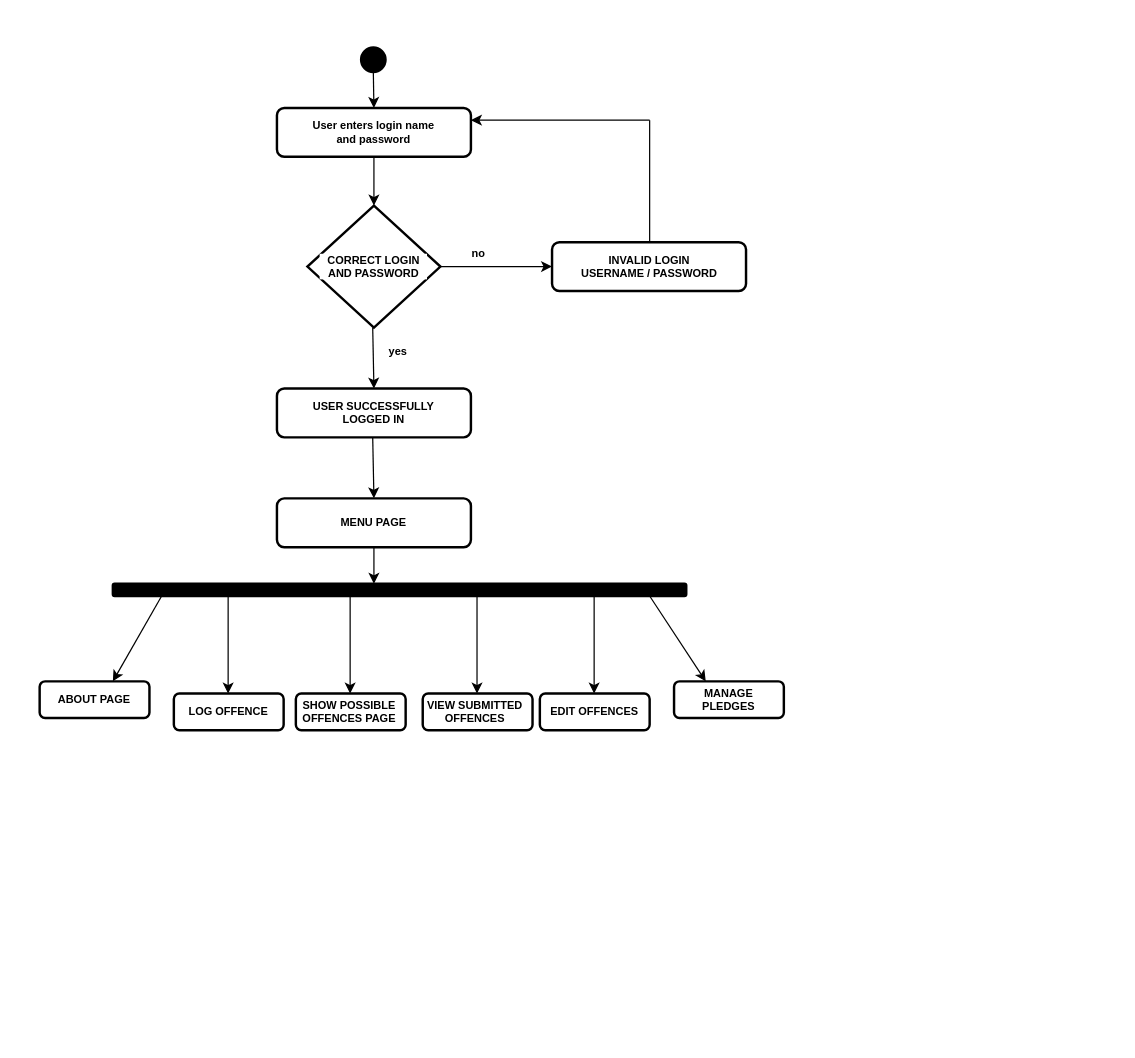
This is page "ActivityDiagram" (3 of 6) of ArchitectureDiagram.drawio from OOPS-2022/student_support_system, a draw.io file, before an edit. Source tidied: cells renumbered, new cells numbered last; positions are measured from the earlier drawing's top-left corner, leaving out a move shared by most shapes. Both pictures are drawn from the tidied source at 122%, with x=0, y=0 at pixel (21, 48).
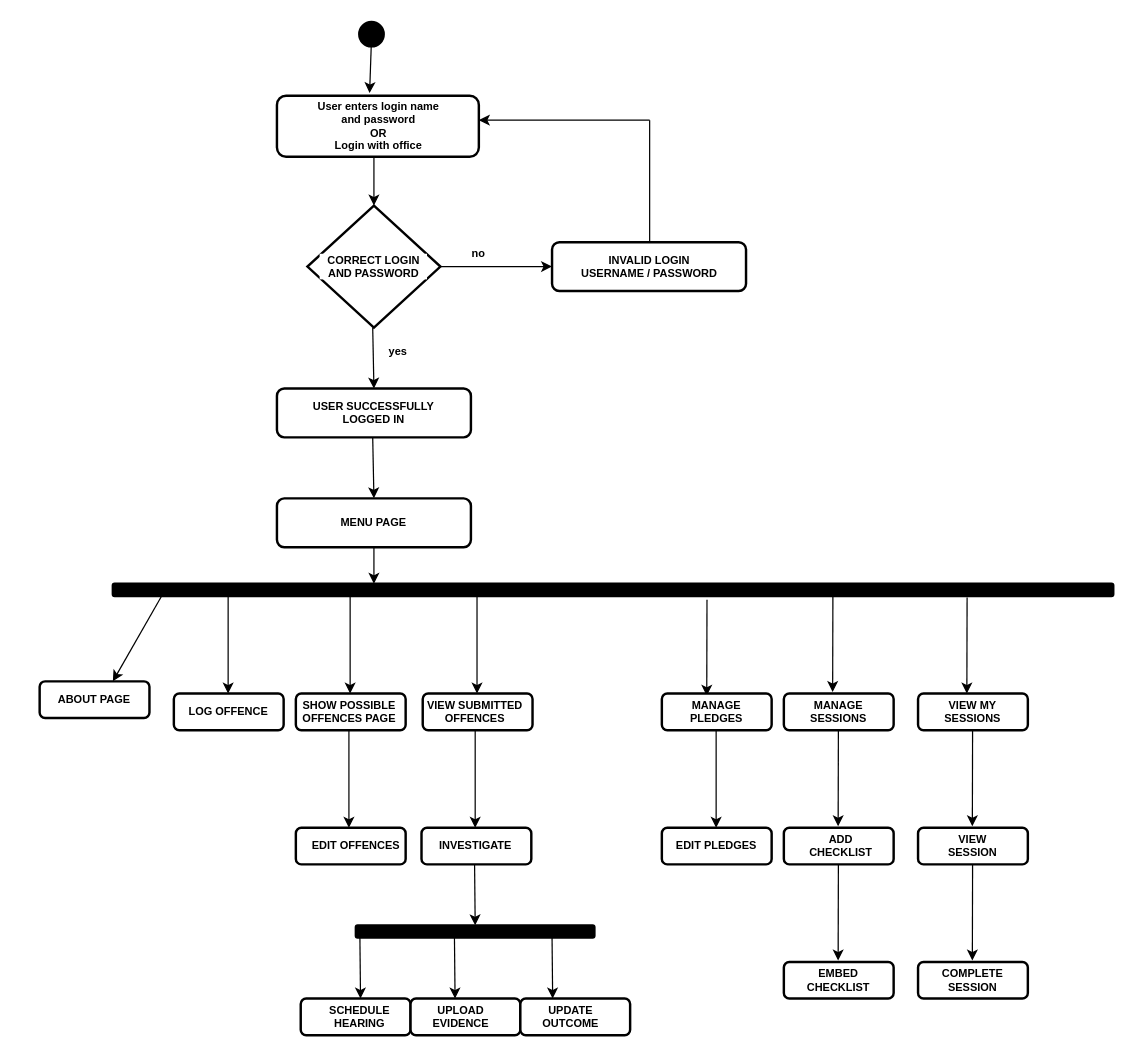
After the change.

Unchanged cells that the change refers to:
```xml
<mxCell id="40" value="VIEW SUBMITTED&lt;br style=&quot;font-size: 9px;&quot;&gt;OFFENCES" style="text;html=1;align=center;verticalAlign=middle;whiteSpace=wrap;rounded=0;fontStyle=1;fontFamily=Helvetica;fontSize=9;" parent="1" vertex="1">
  <mxGeometry x="329" y="529" width="86" height="30" as="geometry" />
</mxCell>
```

Change to the diagram source:
```diff
@@
-    <mxCell id="2" style="endArrow=classic;html=1;rounded=0;fontFamily=Tahoma;fontSize=10;fontColor=#FF0000;strokeWidth=1;startArrow=none;" parent="1" edge="1" source="21">
-      <mxGeometry relative="1" as="geometry">
-        <mxPoint x="289" y="49" as="targetPoint" />
-      </mxGeometry>
+    <mxCell id="2" style="endArrow=classic;html=1;rounded=0;fontFamily=Tahoma;fontSize=10;fontColor=#FF0000;strokeWidth=1;startArrow=none;entryX=0.459;entryY=-0.044;entryDx=0;entryDy=0;entryPerimeter=0;" parent="1" edge="1" source="21" target="3">
+      <mxGeometry relative="1" as="geometry" />
     </mxCell>
     <mxCell id="3" style="rounded=1;whiteSpace=wrap;html=1;labelBackgroundColor=#FFFFFF;fontFamily=Tahoma;fontSize=10;strokeWidth=2;" parent="1" vertex="1">
-      <mxGeometry x="209.5" y="49" width="159" height="40" as="geometry" />
+      <mxGeometry x="209.5" y="39" width="165.5" height="50" as="geometry" />
     </mxCell>
-    <mxCell id="4" value="User enters login name and password" style="text;html=1;strokeColor=none;fillColor=none;align=center;verticalAlign=middle;whiteSpace=wrap;rounded=0;labelBackgroundColor=#FFFFFF;fontFamily=Helvetica;fontSize=9;fontColor=#000000;fontStyle=1;" parent="1" vertex="1">
-      <mxGeometry x="229" y="54" width="120" height="30" as="geometry" />
+    <mxCell id="4" value="User enters login name and password&lt;br&gt;OR&lt;br&gt;Login with office" style="text;html=1;strokeColor=none;fillColor=none;align=center;verticalAlign=middle;whiteSpace=wrap;rounded=0;labelBackgroundColor=#FFFFFF;fontFamily=Helvetica;fontSize=9;fontColor=#000000;fontStyle=1;" parent="1" vertex="1">
+      <mxGeometry x="234.5" y="51.5" width="116" height="25" as="geometry" />
     </mxCell>
@@
     <mxCell id="20" style="endArrow=classic;html=1;rounded=0;fontFamily=Helvetica;fontSize=9;fontColor=#000000;strokeWidth=1;" parent="1" edge="1">
       <mxGeometry relative="1" as="geometry">
         <mxPoint x="515" y="59" as="sourcePoint" />
-        <mxPoint x="368.5" y="59" as="targetPoint" />
+        <mxPoint x="375" y="59" as="targetPoint" />
       </mxGeometry>
     </mxCell>
     <mxCell id="21" style="ellipse;whiteSpace=wrap;html=1;fontFamily=Tahoma;fontSize=12;strokeWidth=3;labelBackgroundColor=#000000;fillColor=#000000;strokeColor=#000000;" parent="1" vertex="1">
-      <mxGeometry x="279" width="19" height="19" as="geometry" />
+      <mxGeometry x="277.5" y="-21" width="19" height="19" as="geometry" />
     </mxCell>
-    <mxCell id="22" style="endArrow=none;html=1;rounded=0;fontFamily=Tahoma;fontSize=10;fontColor=#FF0000;strokeWidth=1;" parent="1" edge="1" target="21">
-      <mxGeometry relative="1" as="geometry">
-        <mxPoint x="289" y="9" as="sourcePoint" />
-      </mxGeometry>
-    </mxCell>
     <mxCell id="23" style="rounded=1;whiteSpace=wrap;html=1;labelBackgroundColor=#FFFFFF;fontFamily=Helvetica;fontSize=9;fontColor=#000000;strokeColor=#000000;strokeWidth=2;fillColor=#000000;" parent="1" vertex="1">
-      <mxGeometry x="75" y="439" width="470" height="10" as="geometry" />
+      <mxGeometry x="75" y="439" width="820" height="10" as="geometry" />
     </mxCell>
@@
-    <mxCell id="26" style="endArrow=classic;html=1;rounded=0;fontFamily=Helvetica;fontSize=9;fontColor=#000000;strokeWidth=1;" parent="1" edge="1">
+    <mxCell id="26" style="endArrow=classic;html=1;rounded=0;fontFamily=Helvetica;fontSize=9;fontColor=#000000;strokeWidth=1;entryX=0.409;entryY=0.06;entryDx=0;entryDy=0;entryPerimeter=0;" parent="1" edge="1" target="37">
       <mxGeometry relative="1" as="geometry">
-        <mxPoint x="515" y="449" as="sourcePoint" />
-        <mxPoint x="561" y="519" as="targetPoint" />
+        <mxPoint x="562" y="452" as="sourcePoint" />
       </mxGeometry>
     </mxCell>
@@
     <mxCell id="30" style="endArrow=classic;html=1;rounded=0;fontFamily=Helvetica;fontSize=9;fontColor=#000000;strokeWidth=1;" parent="1" edge="1">
       <mxGeometry relative="1" as="geometry">
-        <mxPoint x="469.5" y="449" as="sourcePoint" />
-        <mxPoint x="469.5" y="529" as="targetPoint" />
+        <mxPoint x="268.5" y="559" as="sourcePoint" />
+        <mxPoint x="268.5" y="639" as="targetPoint" />
       </mxGeometry>
     </mxCell>
@@
     <mxCell id="36" style="rounded=1;whiteSpace=wrap;html=1;labelBackgroundColor=#FFFFFF;fontFamily=Tahoma;fontSize=12;strokeWidth=2;" parent="1" vertex="1">
-      <mxGeometry x="425" y="529" width="90" height="30" as="geometry" />
+      <mxGeometry x="225" y="639" width="90" height="30" as="geometry" />
     </mxCell>
     <mxCell id="37" style="rounded=1;whiteSpace=wrap;html=1;labelBackgroundColor=#FFFFFF;fontFamily=Tahoma;fontSize=12;strokeWidth=2;" parent="1" vertex="1">
-      <mxGeometry x="535" y="519" width="90" height="30" as="geometry" />
+      <mxGeometry x="525" y="529" width="90" height="30" as="geometry" />
     </mxCell>
@@
     <mxCell id="41" value="EDIT OFFENCES" style="text;html=1;strokeColor=none;fillColor=none;align=center;verticalAlign=middle;whiteSpace=wrap;rounded=0;fontStyle=1;fontFamily=Helvetica;fontSize=9;" parent="1" vertex="1">
-      <mxGeometry x="425" y="529" width="90" height="30" as="geometry" />
+      <mxGeometry x="233.8" y="639" width="80.5" height="30" as="geometry" />
     </mxCell>
     <mxCell id="42" value="MANAGE&lt;br style=&quot;font-size: 9px;&quot;&gt;PLEDGES" style="text;html=1;strokeColor=none;fillColor=none;align=center;verticalAlign=middle;whiteSpace=wrap;rounded=0;fontStyle=1;fontFamily=Helvetica;fontSize=9;" parent="1" vertex="1">
-      <mxGeometry x="535" y="519" width="90" height="30" as="geometry" />
+      <mxGeometry x="540" y="529" width="60" height="30" as="geometry" />
     </mxCell>
+    <mxCell id="43" style="endArrow=classic;html=1;rounded=0;fontFamily=Helvetica;fontSize=9;fontColor=#000000;strokeWidth=1;entryX=0.409;entryY=0.06;entryDx=0;entryDy=0;entryPerimeter=0;" parent="1" edge="1">
+      <mxGeometry relative="1" as="geometry">
+        <mxPoint x="665.2" y="449" as="sourcePoint" />
+        <mxPoint x="665" y="527.8" as="targetPoint" />
+      </mxGeometry>
+    </mxCell>
+    <mxCell id="44" style="rounded=1;whiteSpace=wrap;html=1;labelBackgroundColor=#FFFFFF;fontFamily=Tahoma;fontSize=12;strokeWidth=2;" parent="1" vertex="1">
+      <mxGeometry x="625" y="529" width="90" height="30" as="geometry" />
+    </mxCell>
+    <mxCell id="45" value="MANAGE SESSIONS" style="text;html=1;strokeColor=none;fillColor=none;align=center;verticalAlign=middle;whiteSpace=wrap;rounded=0;fontStyle=1;fontFamily=Helvetica;fontSize=9;" parent="1" vertex="1">
+      <mxGeometry x="640" y="529" width="60" height="30" as="geometry" />
+    </mxCell>
+    <mxCell id="46" style="endArrow=classic;html=1;rounded=0;fontFamily=Helvetica;fontSize=9;fontColor=#000000;strokeWidth=1;entryX=0.409;entryY=0.06;entryDx=0;entryDy=0;entryPerimeter=0;" parent="1" edge="1">
+      <mxGeometry relative="1" as="geometry">
+        <mxPoint x="669.7" y="559" as="sourcePoint" />
+        <mxPoint x="669.5" y="637.8" as="targetPoint" />
+      </mxGeometry>
+    </mxCell>
+    <mxCell id="47" style="rounded=1;whiteSpace=wrap;html=1;labelBackgroundColor=#FFFFFF;fontFamily=Tahoma;fontSize=12;strokeWidth=2;" parent="1" vertex="1">
+      <mxGeometry x="625" y="639" width="90" height="30" as="geometry" />
+    </mxCell>
+    <mxCell id="48" value="ADD CHECKLIST" style="text;html=1;strokeColor=none;fillColor=none;align=center;verticalAlign=middle;whiteSpace=wrap;rounded=0;fontStyle=1;fontFamily=Helvetica;fontSize=9;" parent="1" vertex="1">
+      <mxGeometry x="642" y="639" width="60" height="30" as="geometry" />
+    </mxCell>
+    <mxCell id="49" style="endArrow=classic;html=1;rounded=0;fontFamily=Helvetica;fontSize=9;fontColor=#000000;strokeWidth=1;entryX=0.409;entryY=0.06;entryDx=0;entryDy=0;entryPerimeter=0;" parent="1" edge="1">
+      <mxGeometry relative="1" as="geometry">
+        <mxPoint x="669.7" y="669" as="sourcePoint" />
+        <mxPoint x="669.5" y="747.8" as="targetPoint" />
+      </mxGeometry>
+    </mxCell>
+    <mxCell id="50" style="rounded=1;whiteSpace=wrap;html=1;labelBackgroundColor=#FFFFFF;fontFamily=Tahoma;fontSize=12;strokeWidth=2;" parent="1" vertex="1">
+      <mxGeometry x="625" y="749" width="90" height="30" as="geometry" />
+    </mxCell>
+    <mxCell id="51" value="EMBED CHECKLIST" style="text;html=1;strokeColor=none;fillColor=none;align=center;verticalAlign=middle;whiteSpace=wrap;rounded=0;fontStyle=1;fontFamily=Helvetica;fontSize=9;" parent="1" vertex="1">
+      <mxGeometry x="640" y="749" width="60" height="30" as="geometry" />
+    </mxCell>
+    <mxCell id="52" style="endArrow=classic;html=1;rounded=0;fontFamily=Helvetica;fontSize=9;fontColor=#000000;strokeWidth=1;entryX=0.409;entryY=0.06;entryDx=0;entryDy=0;entryPerimeter=0;" parent="1" edge="1">
+      <mxGeometry relative="1" as="geometry">
+        <mxPoint x="775.2" y="450.2" as="sourcePoint" />
+        <mxPoint x="775" y="529" as="targetPoint" />
+      </mxGeometry>
+    </mxCell>
+    <mxCell id="53" style="rounded=1;whiteSpace=wrap;html=1;labelBackgroundColor=#FFFFFF;fontFamily=Tahoma;fontSize=12;strokeWidth=2;" parent="1" vertex="1">
+      <mxGeometry x="735" y="529" width="90" height="30" as="geometry" />
+    </mxCell>
+    <mxCell id="54" value="VIEW MY SESSIONS" style="text;html=1;strokeColor=none;fillColor=none;align=center;verticalAlign=middle;whiteSpace=wrap;rounded=0;fontStyle=1;fontFamily=Helvetica;fontSize=9;" parent="1" vertex="1">
+      <mxGeometry x="750" y="529" width="60" height="30" as="geometry" />
+    </mxCell>
+    <mxCell id="55" style="endArrow=classic;html=1;rounded=0;fontFamily=Helvetica;fontSize=9;fontColor=#000000;strokeWidth=1;entryX=0.409;entryY=0.06;entryDx=0;entryDy=0;entryPerimeter=0;" parent="1" edge="1">
+      <mxGeometry relative="1" as="geometry">
+        <mxPoint x="779.7" y="559" as="sourcePoint" />
+        <mxPoint x="779.5" y="637.8" as="targetPoint" />
+      </mxGeometry>
+    </mxCell>
+    <mxCell id="56" style="rounded=1;whiteSpace=wrap;html=1;labelBackgroundColor=#FFFFFF;fontFamily=Tahoma;fontSize=12;strokeWidth=2;" parent="1" vertex="1">
+      <mxGeometry x="735" y="639" width="90" height="30" as="geometry" />
+    </mxCell>
+    <mxCell id="57" value="VIEW SESSION" style="text;html=1;strokeColor=none;fillColor=none;align=center;verticalAlign=middle;whiteSpace=wrap;rounded=0;fontStyle=1;fontFamily=Helvetica;fontSize=9;" parent="1" vertex="1">
+      <mxGeometry x="750" y="639" width="60" height="30" as="geometry" />
+    </mxCell>
+    <mxCell id="58" style="endArrow=classic;html=1;rounded=0;fontFamily=Helvetica;fontSize=9;fontColor=#000000;strokeWidth=1;entryX=0.409;entryY=0.06;entryDx=0;entryDy=0;entryPerimeter=0;" parent="1" edge="1">
+      <mxGeometry relative="1" as="geometry">
+        <mxPoint x="779.7" y="669" as="sourcePoint" />
+        <mxPoint x="779.5" y="747.8" as="targetPoint" />
+      </mxGeometry>
+    </mxCell>
+    <mxCell id="59" style="rounded=1;whiteSpace=wrap;html=1;labelBackgroundColor=#FFFFFF;fontFamily=Tahoma;fontSize=12;strokeWidth=2;" parent="1" vertex="1">
+      <mxGeometry x="735" y="749" width="90" height="30" as="geometry" />
+    </mxCell>
+    <mxCell id="60" value="COMPLETE SESSION" style="text;html=1;strokeColor=none;fillColor=none;align=center;verticalAlign=middle;whiteSpace=wrap;rounded=0;fontStyle=1;fontFamily=Helvetica;fontSize=9;" parent="1" vertex="1">
+      <mxGeometry x="750" y="749" width="60" height="30" as="geometry" />
+    </mxCell>
+    <mxCell id="61" style="endArrow=classic;html=1;exitX=0.5;exitY=1;exitDx=0;exitDy=0;" parent="1" edge="1" source="40">
+      <mxGeometry relative="1" as="geometry">
+        <mxPoint x="372" y="639" as="targetPoint" />
+      </mxGeometry>
+    </mxCell>
+    <mxCell id="62" style="rounded=1;whiteSpace=wrap;html=1;labelBackgroundColor=#FFFFFF;fontFamily=Tahoma;fontSize=12;strokeWidth=2;" parent="1" vertex="1">
+      <mxGeometry x="328" y="639" width="90" height="30" as="geometry" />
+    </mxCell>
+    <mxCell id="63" value="INVESTIGATE" style="text;html=1;align=center;verticalAlign=middle;whiteSpace=wrap;rounded=0;fontStyle=1;fontFamily=Helvetica;fontSize=9;" parent="1" vertex="1">
+      <mxGeometry x="340.5" y="644" width="63" height="20" as="geometry" />
+    </mxCell>
+    <mxCell id="64" style="endArrow=classic;html=1;exitX=0.5;exitY=1;exitDx=0;exitDy=0;" parent="1" edge="1">
+      <mxGeometry relative="1" as="geometry">
+        <mxPoint x="371.5" y="669" as="sourcePoint" />
+        <mxPoint x="372" y="719" as="targetPoint" />
+      </mxGeometry>
+    </mxCell>
+    <mxCell id="65" style="rounded=1;whiteSpace=wrap;html=1;labelBackgroundColor=#FFFFFF;fontFamily=Helvetica;fontSize=9;fontColor=#000000;strokeColor=#000000;strokeWidth=2;fillColor=#000000;" parent="1" vertex="1">
+      <mxGeometry x="274.2" y="719" width="195.5" height="10" as="geometry" />
+    </mxCell>
+    <mxCell id="66" style="endArrow=classic;html=1;exitX=0.5;exitY=1;exitDx=0;exitDy=0;" parent="1" edge="1">
+      <mxGeometry relative="1" as="geometry">
+        <mxPoint x="277.5" y="729" as="sourcePoint" />
+        <mxPoint x="278" y="779" as="targetPoint" />
+      </mxGeometry>
+    </mxCell>
+    <mxCell id="67" style="endArrow=classic;html=1;exitX=0.5;exitY=1;exitDx=0;exitDy=0;" parent="1" edge="1">
+      <mxGeometry relative="1" as="geometry">
+        <mxPoint x="355" y="729" as="sourcePoint" />
+        <mxPoint x="355.5" y="779" as="targetPoint" />
+      </mxGeometry>
+    </mxCell>
+    <mxCell id="68" style="rounded=1;whiteSpace=wrap;html=1;labelBackgroundColor=#FFFFFF;fontFamily=Tahoma;fontSize=12;strokeWidth=2;" parent="1" vertex="1">
+      <mxGeometry x="229" y="779" width="90" height="30" as="geometry" />
+    </mxCell>
+    <mxCell id="69" style="rounded=1;whiteSpace=wrap;html=1;labelBackgroundColor=#FFFFFF;fontFamily=Tahoma;fontSize=12;strokeWidth=2;" parent="1" vertex="1">
+      <mxGeometry x="319" y="779" width="90" height="30" as="geometry" />
+    </mxCell>
+    <mxCell id="70" value="SCHEDULE HEARING" style="text;html=1;align=center;verticalAlign=middle;whiteSpace=wrap;rounded=0;fontStyle=1;fontFamily=Helvetica;fontSize=9;" parent="1" vertex="1">
+      <mxGeometry x="246" y="784" width="63" height="20" as="geometry" />
+    </mxCell>
+    <mxCell id="71" value="UPLOAD EVIDENCE" style="text;html=1;align=center;verticalAlign=middle;whiteSpace=wrap;rounded=0;fontStyle=1;fontFamily=Helvetica;fontSize=9;" parent="1" vertex="1">
+      <mxGeometry x="329" y="784" width="63" height="20" as="geometry" />
+    </mxCell>
+    <mxCell id="72" style="endArrow=classic;html=1;exitX=0.5;exitY=1;exitDx=0;exitDy=0;" parent="1" edge="1">
+      <mxGeometry relative="1" as="geometry">
+        <mxPoint x="435" y="729" as="sourcePoint" />
+        <mxPoint x="435.5" y="779" as="targetPoint" />
+      </mxGeometry>
+    </mxCell>
+    <mxCell id="73" style="rounded=1;whiteSpace=wrap;html=1;labelBackgroundColor=#FFFFFF;fontFamily=Tahoma;fontSize=12;strokeWidth=2;" parent="1" vertex="1">
+      <mxGeometry x="409" y="779" width="90" height="30" as="geometry" />
+    </mxCell>
+    <mxCell id="74" value="UPDATE OUTCOME" style="text;html=1;align=center;verticalAlign=middle;whiteSpace=wrap;rounded=0;fontStyle=1;fontFamily=Helvetica;fontSize=9;" parent="1" vertex="1">
+      <mxGeometry x="419" y="784" width="63" height="20" as="geometry" />
+    </mxCell>
+    <mxCell id="75" style="endArrow=classic;html=1;rounded=0;fontFamily=Helvetica;fontSize=9;fontColor=#000000;strokeWidth=1;" parent="1" edge="1">
+      <mxGeometry relative="1" as="geometry">
+        <mxPoint x="569.5" y="559" as="sourcePoint" />
+        <mxPoint x="569.5" y="639" as="targetPoint" />
+      </mxGeometry>
+    </mxCell>
+    <mxCell id="76" style="rounded=1;whiteSpace=wrap;html=1;labelBackgroundColor=#FFFFFF;fontFamily=Tahoma;fontSize=12;strokeWidth=2;" parent="1" vertex="1">
+      <mxGeometry x="525" y="639" width="90" height="30" as="geometry" />
+    </mxCell>
+    <mxCell id="77" value="EDIT PLEDGES" style="text;html=1;strokeColor=none;fillColor=none;align=center;verticalAlign=middle;whiteSpace=wrap;rounded=0;fontStyle=1;fontFamily=Helvetica;fontSize=9;" parent="1" vertex="1">
+      <mxGeometry x="525" y="639" width="90" height="30" as="geometry" />
+    </mxCell>
```
